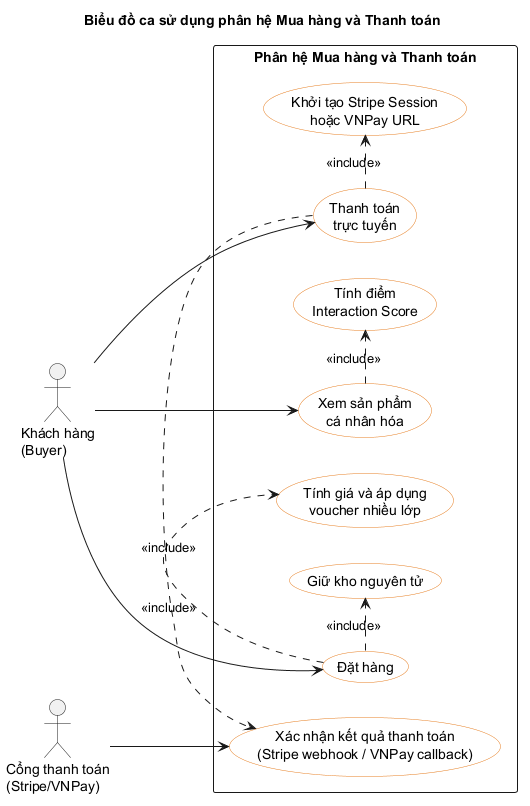
The PlantUML diagram report/Chuong/images/generated/ordering_payment_use_case.png in kiwwi1/DATN, before a commit. Its diagram source:
```plantuml
@startuml
left to right direction
skinparam shadowing false
skinparam packageStyle rectangle
skinparam usecase {
  BackgroundColor white
  BorderColor #E67E22
}

title Biểu đồ ca sử dụng phân hệ Mua hàng và Thanh toán

actor "Khách hàng\n(Buyer)" as Buyer
actor "Cổng thanh toán\n(Stripe/VNPay)" as Gateway

rectangle "Phân hệ Mua hàng và Thanh toán" {
  usecase "Xem sản phẩm\ncá nhân hóa" as UC_Rec
  usecase "Tính điểm\nInteraction Score" as UC_Score
  usecase "Đặt hàng" as UC_Order
  usecase "Tính giá và áp dụng\nvoucher nhiều lớp" as UC_Pricing
  usecase "Giữ kho nguyên tử" as UC_Reserve
  usecase "Thanh toán\ntrực tuyến" as UC_Pay
  usecase "Khởi tạo Stripe Session\nhoặc VNPay URL" as UC_PayInit
  usecase "Xác nhận kết quả thanh toán\n(Stripe webhook / VNPay callback)" as UC_PayConfirm
}

Buyer --> UC_Rec
Buyer --> UC_Order
Buyer --> UC_Pay
Gateway --> UC_PayConfirm

UC_Rec .> UC_Score : <<include>>
UC_Order .> UC_Pricing : <<include>>
UC_Order .> UC_Reserve : <<include>>
UC_Pay .> UC_PayInit : <<include>>
UC_Pay .> UC_PayConfirm : <<include>>

@enduml
```
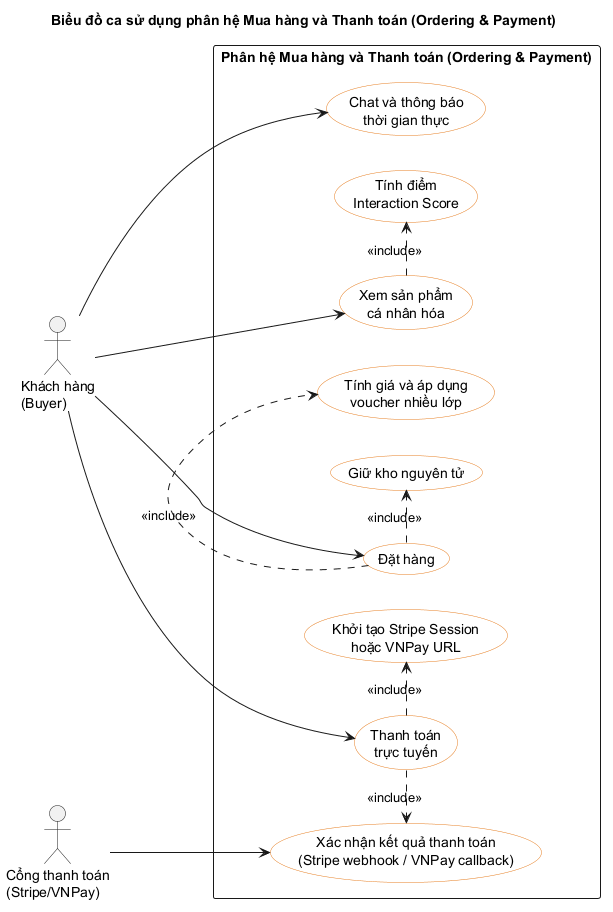
The same diagram one commit later.

The edit, as a diff of the source:
```diff
@@ -7,12 +7,12 @@
   BorderColor #E67E22
 }
 
-title Biểu đồ ca sử dụng phân hệ Mua hàng và Thanh toán
+title Biểu đồ ca sử dụng phân hệ Mua hàng và Thanh toán (Ordering & Payment)
 
 actor "Khách hàng\n(Buyer)" as Buyer
 actor "Cổng thanh toán\n(Stripe/VNPay)" as Gateway
 
-rectangle "Phân hệ Mua hàng và Thanh toán" {
+rectangle "Phân hệ Mua hàng và Thanh toán (Ordering & Payment)" {
   usecase "Xem sản phẩm\ncá nhân hóa" as UC_Rec
   usecase "Tính điểm\nInteraction Score" as UC_Score
   usecase "Đặt hàng" as UC_Order
@@ -21,11 +21,13 @@
   usecase "Thanh toán\ntrực tuyến" as UC_Pay
   usecase "Khởi tạo Stripe Session\nhoặc VNPay URL" as UC_PayInit
   usecase "Xác nhận kết quả thanh toán\n(Stripe webhook / VNPay callback)" as UC_PayConfirm
+  usecase "Chat và thông báo\nthời gian thực" as UC_Chat
 }
 
 Buyer --> UC_Rec
 Buyer --> UC_Order
 Buyer --> UC_Pay
+Buyer --> UC_Chat
 Gateway --> UC_PayConfirm
 
 UC_Rec .> UC_Score : <<include>>
```
